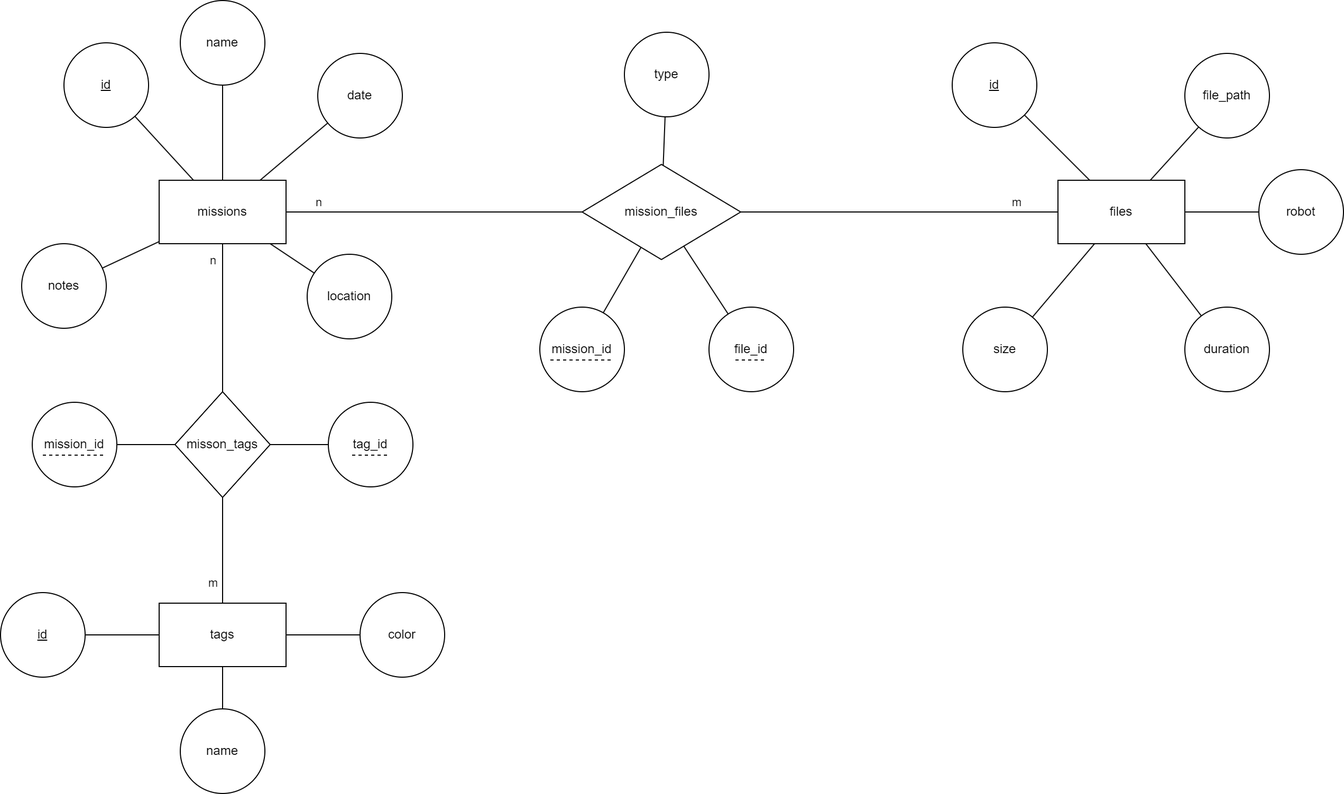
The draw.io diagram docs/db_scheme/db_scheme_er_diagram.png in brendel-group/mission_db, before a commit. Source tidied: cells renumbered, new cells last; positions are measured from the earlier drawing's top-left corner, leaving out a move shared by most shapes.
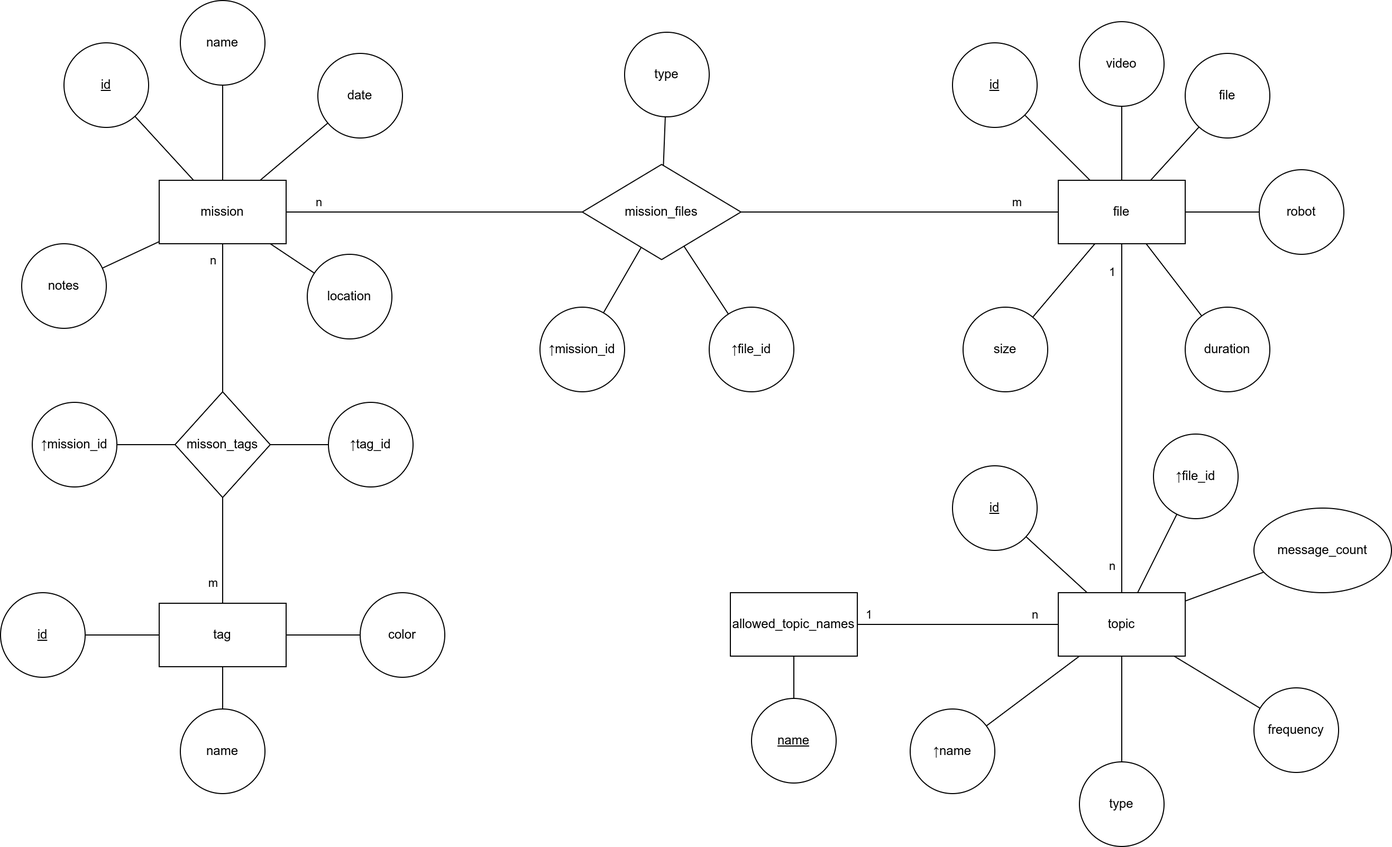
The same diagram one commit later.

Commit message:
DB Schema Topics (#169)

Diff of the diagram source:
```diff
@@ -36,7 +36,7 @@
         <mxPoint x="-12" y="-43" as="offset" />
       </mxGeometry>
     </mxCell>
-    <mxCell id="12" value="missions" style="rounded=0;whiteSpace=wrap;html=1;" parent="1" vertex="1">
+    <mxCell id="12" value="mission" style="rounded=0;whiteSpace=wrap;html=1;" parent="1" vertex="1">
       <mxGeometry x="150" y="170" width="120" height="60" as="geometry" />
     </mxCell>
     <mxCell id="13" style="edgeStyle=none;shape=connector;rounded=0;jettySize=auto;html=1;strokeColor=default;align=center;verticalAlign=middle;fontFamily=Helvetica;fontSize=11;fontColor=default;labelBackgroundColor=default;endArrow=none;" parent="1" edge="1" source="19" target="27">
@@ -59,7 +59,23 @@
     <mxCell id="18" style="edgeStyle=none;shape=connector;rounded=0;jettySize=auto;html=1;strokeColor=default;align=center;verticalAlign=middle;fontFamily=Helvetica;fontSize=11;fontColor=default;labelBackgroundColor=default;endArrow=none;" parent="1" edge="1" source="19" target="33">
       <mxGeometry relative="1" as="geometry" />
     </mxCell>
+    <mxCell id="59" style="edgeStyle=none;shape=connector;rounded=0;jettySize=auto;html=1;labelBackgroundColor=default;strokeColor=default;align=center;verticalAlign=middle;fontFamily=Helvetica;fontSize=11;fontColor=default;endArrow=none;" parent="1" edge="1" source="19" target="72">
+      <mxGeometry relative="1" as="geometry" />
+    </mxCell>
+    <mxCell id="60" value="n" style="edgeLabel;html=1;align=center;verticalAlign=middle;fontSize=11;fontFamily=Helvetica;fontColor=default;" parent="59" vertex="1">
+      <mxGeometry x="0.83" y="1" relative="1" as="geometry">
+        <mxPoint x="-11" y="2" as="offset" />
+      </mxGeometry>
+    </mxCell>
+    <mxCell id="61" value="1" style="edgeLabel;html=1;align=center;verticalAlign=middle;fontSize=11;fontFamily=Helvetica;fontColor=default;" parent="59" vertex="1">
+      <mxGeometry x="-0.85" y="1" relative="1" as="geometry">
+        <mxPoint x="-11" as="offset" />
+      </mxGeometry>
+    </mxCell>
+    <mxCell id="62" style="edgeStyle=none;shape=connector;rounded=0;jettySize=auto;html=1;labelBackgroundColor=default;strokeColor=default;align=center;verticalAlign=middle;fontFamily=Helvetica;fontSize=11;fontColor=default;endArrow=none;" parent="1" edge="1" source="19" target="79">
+      <mxGeometry relative="1" as="geometry" />
+    </mxCell>
-    <mxCell id="19" value="files" style="rounded=0;whiteSpace=wrap;html=1;" parent="1" vertex="1">
+    <mxCell id="19" value="file" style="rounded=0;whiteSpace=wrap;html=1;" parent="1" vertex="1">
       <mxGeometry x="1000" y="170" width="120" height="60" as="geometry" />
     </mxCell>
     <mxCell id="20" value="name" style="ellipse;whiteSpace=wrap;html=1;rounded=0;" parent="1" vertex="1">
@@ -98,7 +114,7 @@
     <mxCell id="31" value="duration" style="ellipse;whiteSpace=wrap;html=1;rounded=0;" parent="1" vertex="1">
       <mxGeometry x="1120" y="290" width="80" height="80" as="geometry" />
     </mxCell>
-    <mxCell id="32" value="file_path" style="ellipse;whiteSpace=wrap;html=1;rounded=0;" parent="1" vertex="1">
+    <mxCell id="32" value="file" style="ellipse;whiteSpace=wrap;html=1;rounded=0;" parent="1" vertex="1">
       <mxGeometry x="1120" y="50" width="80" height="80" as="geometry" />
     </mxCell>
     <mxCell id="33" value="size" style="ellipse;whiteSpace=wrap;html=1;rounded=0;" parent="1" vertex="1">
@@ -110,27 +126,15 @@
     <mxCell id="35" style="group;" parent="1" vertex="1">
       <mxGeometry x="670" y="290" width="80" height="80" as="geometry" />
     </mxCell>
-    <mxCell id="36" value="file_id" style="ellipse;whiteSpace=wrap;html=1;rounded=0;" parent="35" vertex="1">
+    <mxCell id="36" value="↑file_id" style="ellipse;whiteSpace=wrap;html=1;rounded=0;" parent="35" vertex="1">
       <mxGeometry width="80" height="80" as="geometry" />
     </mxCell>
-    <mxCell id="37" style="endArrow=none;dashed=1;html=1;rounded=0;strokeColor=default;align=center;verticalAlign=middle;fontFamily=Helvetica;fontSize=11;fontColor=default;labelBackgroundColor=default;" parent="35" edge="1">
-      <mxGeometry relative="1" as="geometry">
-        <mxPoint x="25" y="50" as="sourcePoint" />
-        <mxPoint x="55" y="50" as="targetPoint" />
-      </mxGeometry>
-    </mxCell>
     <mxCell id="38" style="group;" parent="1" vertex="1">
       <mxGeometry x="510" y="290" width="80" height="80" as="geometry" />
     </mxCell>
-    <mxCell id="39" value="mission_id" style="ellipse;whiteSpace=wrap;html=1;rounded=0;" parent="38" vertex="1">
+    <mxCell id="39" value="↑mission_id" style="ellipse;whiteSpace=wrap;html=1;rounded=0;" parent="38" vertex="1">
       <mxGeometry width="80" height="80" as="geometry" />
     </mxCell>
-    <mxCell id="40" style="endArrow=none;dashed=1;html=1;rounded=0;strokeColor=default;align=center;verticalAlign=middle;fontFamily=Helvetica;fontSize=11;fontColor=default;labelBackgroundColor=default;" parent="38" edge="1">
-      <mxGeometry relative="1" as="geometry">
-        <mxPoint x="10" y="50" as="sourcePoint" />
-        <mxPoint x="70" y="50" as="targetPoint" />
-      </mxGeometry>
-    </mxCell>
     <mxCell id="41" style="edgeStyle=none;shape=connector;rounded=0;jettySize=auto;html=1;labelBackgroundColor=default;strokeColor=default;align=center;verticalAlign=middle;fontFamily=Helvetica;fontSize=11;fontColor=default;endArrow=none;" parent="1" edge="1" source="45" target="49">
       <mxGeometry relative="1" as="geometry" />
     </mxCell>
@@ -157,7 +161,7 @@
     <mxCell id="48" style="edgeStyle=none;shape=connector;rounded=0;jettySize=auto;html=1;labelBackgroundColor=default;strokeColor=default;align=center;verticalAlign=middle;fontFamily=Helvetica;fontSize=11;fontColor=default;endArrow=none;" parent="1" edge="1" source="49" target="58">
       <mxGeometry relative="1" as="geometry" />
     </mxCell>
-    <mxCell id="49" value="tags" style="whiteSpace=wrap;html=1;rounded=0;" parent="1" vertex="1">
+    <mxCell id="49" value="tag" style="whiteSpace=wrap;html=1;rounded=0;" parent="1" vertex="1">
       <mxGeometry x="150" y="570" width="120" height="60" as="geometry" />
     </mxCell>
     <mxCell id="50" value="&lt;u&gt;id&lt;/u&gt;" style="ellipse;whiteSpace=wrap;html=1;rounded=0;" parent="1" vertex="1">
@@ -169,29 +173,81 @@
     <mxCell id="52" style="group;" parent="1" vertex="1">
       <mxGeometry x="30" y="380" width="80" height="80" as="geometry" />
     </mxCell>
-    <mxCell id="53" value="mission_id" style="ellipse;whiteSpace=wrap;html=1;rounded=0;" parent="52" vertex="1">
+    <mxCell id="53" value="↑mission_id" style="ellipse;whiteSpace=wrap;html=1;rounded=0;" parent="52" vertex="1">
       <mxGeometry width="80" height="80" as="geometry" />
     </mxCell>
-    <mxCell id="54" style="endArrow=none;dashed=1;html=1;rounded=0;labelBackgroundColor=default;strokeColor=default;align=center;verticalAlign=middle;fontFamily=Helvetica;fontSize=11;fontColor=default;shape=connector;" parent="52" edge="1">
-      <mxGeometry relative="1" as="geometry">
-        <mxPoint x="10" y="50" as="sourcePoint" />
-        <mxPoint x="70" y="50" as="targetPoint" />
-      </mxGeometry>
-    </mxCell>
     <mxCell id="55" style="group;" parent="1" vertex="1">
       <mxGeometry x="310" y="380" width="80" height="80" as="geometry" />
     </mxCell>
-    <mxCell id="56" value="tag_id" style="ellipse;whiteSpace=wrap;html=1;rounded=0;" parent="55" vertex="1">
+    <mxCell id="56" value="↑tag_id" style="ellipse;whiteSpace=wrap;html=1;rounded=0;" parent="55" vertex="1">
       <mxGeometry width="80" height="80" as="geometry" />
     </mxCell>
-    <mxCell id="57" style="endArrow=none;dashed=1;html=1;rounded=0;labelBackgroundColor=default;strokeColor=default;align=center;verticalAlign=middle;fontFamily=Helvetica;fontSize=11;fontColor=default;shape=connector;" parent="55" edge="1">
-      <mxGeometry relative="1" as="geometry">
-        <mxPoint x="22.5" y="50" as="sourcePoint" />
-        <mxPoint x="57.5" y="50" as="targetPoint" />
-      </mxGeometry>
-    </mxCell>
     <mxCell id="58" value="color" style="ellipse;whiteSpace=wrap;html=1;rounded=0;" parent="1" vertex="1">
       <mxGeometry x="340" y="560" width="80" height="80" as="geometry" />
     </mxCell>
+    <mxCell id="63" style="edgeStyle=none;shape=connector;rounded=0;jettySize=auto;html=1;labelBackgroundColor=default;strokeColor=default;align=center;verticalAlign=middle;fontFamily=Helvetica;fontSize=11;fontColor=default;endArrow=none;" parent="1" edge="1" source="72" target="73">
+      <mxGeometry relative="1" as="geometry" />
+    </mxCell>
+    <mxCell id="64" style="edgeStyle=none;shape=connector;rounded=0;jettySize=auto;html=1;labelBackgroundColor=default;strokeColor=default;align=center;verticalAlign=middle;fontFamily=Helvetica;fontSize=11;fontColor=default;endArrow=none;" parent="1" edge="1" source="72" target="74">
+      <mxGeometry relative="1" as="geometry" />
+    </mxCell>
+    <mxCell id="65" style="edgeStyle=none;shape=connector;rounded=0;jettySize=auto;html=1;labelBackgroundColor=default;strokeColor=default;align=center;verticalAlign=middle;fontFamily=Helvetica;fontSize=11;fontColor=default;endArrow=none;" parent="1" edge="1" source="72" target="75">
+      <mxGeometry relative="1" as="geometry" />
+    </mxCell>
+    <mxCell id="66" style="edgeStyle=none;shape=connector;rounded=0;jettySize=auto;html=1;labelBackgroundColor=default;strokeColor=default;align=center;verticalAlign=middle;fontFamily=Helvetica;fontSize=11;fontColor=default;endArrow=none;" parent="1" edge="1" source="72" target="76">
+      <mxGeometry relative="1" as="geometry" />
+    </mxCell>
+    <mxCell id="67" style="edgeStyle=none;shape=connector;rounded=0;jettySize=auto;html=1;labelBackgroundColor=default;strokeColor=default;align=center;verticalAlign=middle;fontFamily=Helvetica;fontSize=11;fontColor=default;endArrow=none;" parent="1" edge="1" source="72" target="77">
+      <mxGeometry relative="1" as="geometry" />
+    </mxCell>
+    <mxCell id="68" style="edgeStyle=none;shape=connector;rounded=0;jettySize=auto;html=1;labelBackgroundColor=default;strokeColor=default;align=center;verticalAlign=middle;fontFamily=Helvetica;fontSize=11;fontColor=default;endArrow=none;" parent="1" edge="1" source="72" target="78">
+      <mxGeometry relative="1" as="geometry" />
+    </mxCell>
+    <mxCell id="69" style="edgeStyle=none;shape=connector;rounded=0;jettySize=auto;html=1;labelBackgroundColor=default;strokeColor=default;align=center;verticalAlign=middle;fontFamily=Helvetica;fontSize=11;fontColor=default;endArrow=none;" parent="1" edge="1" source="72" target="81">
+      <mxGeometry relative="1" as="geometry" />
+    </mxCell>
+    <mxCell id="70" value="1" style="edgeLabel;html=1;align=center;verticalAlign=middle;fontSize=11;fontFamily=Helvetica;fontColor=default;" parent="69" vertex="1">
+      <mxGeometry x="0.62" relative="1" as="geometry">
+        <mxPoint x="-26" y="-10" as="offset" />
+      </mxGeometry>
+    </mxCell>
+    <mxCell id="71" value="n" style="edgeLabel;html=1;align=center;verticalAlign=middle;fontSize=11;fontFamily=Helvetica;fontColor=default;" parent="69" vertex="1">
+      <mxGeometry x="-0.69" y="3" relative="1" as="geometry">
+        <mxPoint x="6" y="-13" as="offset" />
+      </mxGeometry>
+    </mxCell>
+    <mxCell id="72" value="topic" style="rounded=0;whiteSpace=wrap;html=1;" parent="1" vertex="1">
+      <mxGeometry x="1000" y="560" width="120" height="60" as="geometry" />
+    </mxCell>
+    <mxCell id="73" value="&lt;u&gt;id&lt;/u&gt;" style="ellipse;whiteSpace=wrap;html=1;rounded=0;" parent="1" vertex="1">
+      <mxGeometry x="900" y="440" width="80" height="80" as="geometry" />
+    </mxCell>
+    <mxCell id="74" value="↑file_id" style="ellipse;whiteSpace=wrap;html=1;rounded=0;" parent="1" vertex="1">
+      <mxGeometry x="1090" y="410" width="80" height="80" as="geometry" />
+    </mxCell>
+    <mxCell id="75" value="type" style="ellipse;whiteSpace=wrap;html=1;rounded=0;" parent="1" vertex="1">
+      <mxGeometry x="1020" y="720" width="80" height="80" as="geometry" />
+    </mxCell>
+    <mxCell id="76" value="↑name" style="ellipse;whiteSpace=wrap;html=1;rounded=0;" parent="1" vertex="1">
+      <mxGeometry x="860" y="670" width="80" height="80" as="geometry" />
+    </mxCell>
+    <mxCell id="77" value="message_count" style="ellipse;whiteSpace=wrap;html=1;rounded=0;" parent="1" vertex="1">
+      <mxGeometry x="1185" y="480" width="130" height="80" as="geometry" />
+    </mxCell>
+    <mxCell id="78" value="frequency" style="ellipse;whiteSpace=wrap;html=1;rounded=0;" parent="1" vertex="1">
+      <mxGeometry x="1185" y="650" width="80" height="80" as="geometry" />
+    </mxCell>
+    <mxCell id="79" value="video" style="ellipse;whiteSpace=wrap;html=1;rounded=0;" parent="1" vertex="1">
+      <mxGeometry x="1020" y="20" width="80" height="80" as="geometry" />
+    </mxCell>
+    <mxCell id="80" style="edgeStyle=none;shape=connector;rounded=0;jettySize=auto;html=1;labelBackgroundColor=default;strokeColor=default;align=center;verticalAlign=middle;fontFamily=Helvetica;fontSize=11;fontColor=default;endArrow=none;" parent="1" edge="1" source="81" target="82">
+      <mxGeometry relative="1" as="geometry" />
+    </mxCell>
+    <mxCell id="81" value="allowed_topic_names" style="rounded=0;whiteSpace=wrap;html=1;" parent="1" vertex="1">
+      <mxGeometry x="690" y="560" width="120" height="60" as="geometry" />
+    </mxCell>
+    <mxCell id="82" value="&lt;u&gt;name&lt;/u&gt;" style="ellipse;whiteSpace=wrap;html=1;rounded=0;" parent="1" vertex="1">
+      <mxGeometry x="710" y="660" width="80" height="80" as="geometry" />
+    </mxCell>
   </root>
 </mxGraphModel>
```
